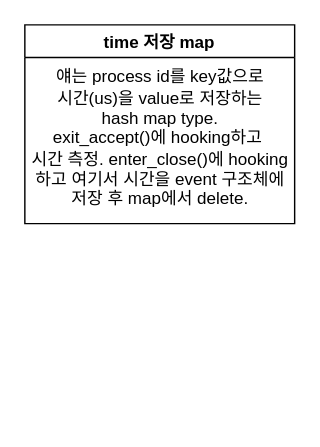
Before: program/Untitled Diagram.drawio in 42joonpark/simple_bpf_tests, a draw.io diagram. Source tidied: cells renumbered, new cells numbered last; positions are measured from the earlier drawing's top-left corner, leaving out a move shared by most shapes. Both pictures are drawn from the tidied source at 142%, with x=0, y=0 at pixel (24, 24).
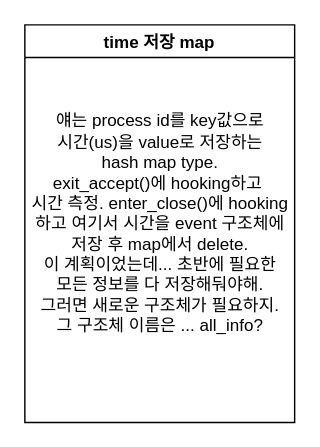
Above is the later version.

The edit, as a diff of the source:
```diff
@@
 <mxGraphModel>
   <root>
     <mxCell id="0" />
     <mxCell id="1" parent="0" />
     <mxCell id="2" value="time 저장 map" style="swimlane;" parent="1" vertex="1">
-      <mxGeometry width="190" height="140" as="geometry" />
+      <mxGeometry width="190" height="280" as="geometry" />
     </mxCell>
-    <mxCell id="3" value="얘는 process id를 key값으로&lt;br&gt;시간(us)을&amp;nbsp;value로 저장하는&lt;br&gt;hash map type.&lt;br&gt;exit_accept()에 hooking하고&amp;nbsp;&lt;br&gt;시간 측정. enter_close()에 hooking&lt;br&gt;하고 여기서 시간을 event 구조체에&lt;br&gt;저장 후 map에서 delete." style="text;html=1;align=center;verticalAlign=middle;strokeColor=none;fillColor=none;" parent="2" vertex="1">
-      <mxGeometry y="30" width="190" height="100" as="geometry" />
+    <mxCell id="3" value="얘는 process id를 key값으로&lt;br&gt;시간(us)을&amp;nbsp;value로 저장하는&lt;br&gt;hash map type.&lt;br&gt;exit_accept()에 hooking하고&amp;nbsp;&lt;br&gt;시간 측정. enter_close()에 hooking&lt;br&gt;하고 여기서 시간을 event 구조체에&lt;br&gt;저장 후 map에서 delete.&lt;br&gt;이 계획이었는데... 초반에 필요한&lt;br&gt;모든 정보를 다 저장해둬야해.&lt;br&gt;그러면 새로운 구조체가 필요하지.&lt;br&gt;그 구조체 이름은 ... all_info?" style="text;html=1;align=center;verticalAlign=middle;strokeColor=none;fillColor=none;" parent="2" vertex="1">
+      <mxGeometry y="60" width="190" height="160" as="geometry" />
     </mxCell>
   </root>
 </mxGraphModel>
```
